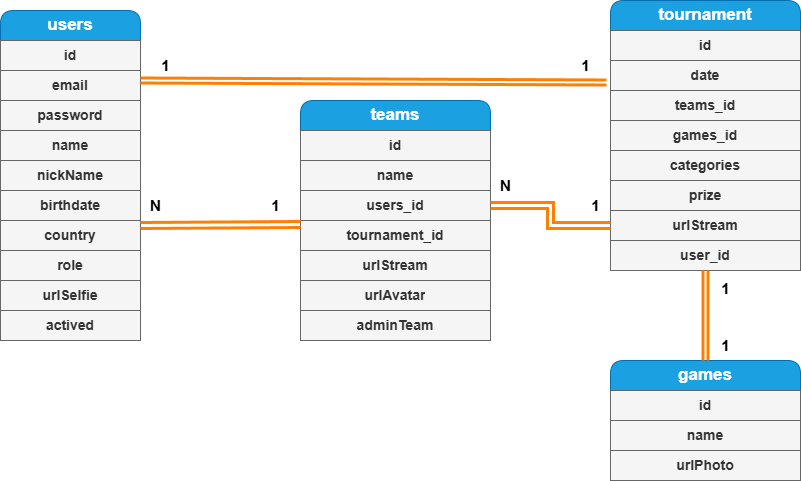
The draw.io diagram Diagrama Entidad Relaciones Game Stream Tournament.drawio.png in FabricioIrazoqui/DiagramaEntidad-GameStreamTorunament, before a commit. Source tidied: cells renumbered, new cells last; positions are measured from the earlier drawing's top-left corner, leaving out a move shared by most shapes.
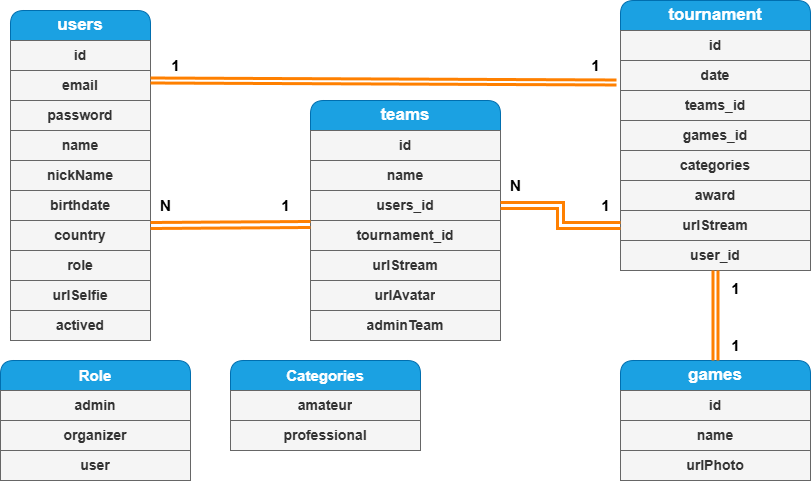
Above is the later version.

Diff of the diagram source:
```diff
@@ -53,7 +53,7 @@
     <mxCell id="18" value="categories" style="text;strokeColor=#666666;fillColor=#f5f5f5;align=center;verticalAlign=middle;spacingLeft=4;spacingRight=4;overflow=hidden;whiteSpace=wrap;html=1;fontColor=#333333;fontStyle=1;fontSize=14;" parent="13" vertex="1">
       <mxGeometry y="150" width="190" height="30" as="geometry" />
     </mxCell>
-    <mxCell id="19" value="prize" style="text;strokeColor=#666666;fillColor=#f5f5f5;align=center;verticalAlign=middle;spacingLeft=4;spacingRight=4;overflow=hidden;whiteSpace=wrap;html=1;fontColor=#333333;fontStyle=1;fontSize=14;" parent="13" vertex="1">
+    <mxCell id="19" value="award" style="text;strokeColor=#666666;fillColor=#f5f5f5;align=center;verticalAlign=middle;spacingLeft=4;spacingRight=4;overflow=hidden;whiteSpace=wrap;html=1;fontColor=#333333;fontStyle=1;fontSize=14;" parent="13" vertex="1">
       <mxGeometry y="180" width="190" height="30" as="geometry" />
     </mxCell>
     <mxCell id="20" value="urlStream" style="text;strokeColor=#666666;fillColor=#f5f5f5;align=center;verticalAlign=middle;spacingLeft=4;spacingRight=4;overflow=hidden;points=[[0,0.5],[1,0.5]];portConstraint=eastwest;whiteSpace=wrap;html=1;fontColor=#333333;fontStyle=1;fontSize=14;" parent="13" vertex="1">
@@ -138,5 +138,26 @@
     <mxCell id="45" value="&lt;font style=&quot;font-size: 15px;&quot;&gt;&lt;b&gt;1&lt;/b&gt;&lt;/font&gt;" style="text;html=1;align=center;verticalAlign=middle;strokeColor=none;fillColor=none;" parent="1" vertex="1">
       <mxGeometry x="580" y="190" width="30" height="30" as="geometry" />
     </mxCell>
+    <mxCell id="46" value="&lt;font style=&quot;font-size: 15px;&quot;&gt;&lt;b&gt;Role&lt;/b&gt;&lt;/font&gt;" style="swimlane;fontStyle=0;horizontal=1;startSize=30;whiteSpace=wrap;html=1;glass=0;rounded=1;shadow=0;swimlaneLine=1;fillColor=#1ba1e2;strokeColor=#006EAF;fontColor=#ffffff;" parent="1" vertex="1">
+      <mxGeometry x="-10" y="360" width="190" height="120" as="geometry" />
+    </mxCell>
+    <mxCell id="47" value="admin" style="text;strokeColor=#666666;fillColor=#f5f5f5;align=center;verticalAlign=middle;spacingLeft=4;spacingRight=4;overflow=hidden;whiteSpace=wrap;html=1;fontColor=#333333;fontStyle=1;fontSize=14;" parent="46" vertex="1">
+      <mxGeometry y="30" width="190" height="30" as="geometry" />
+    </mxCell>
+    <mxCell id="48" value="organizer" style="text;strokeColor=#666666;fillColor=#f5f5f5;align=center;verticalAlign=middle;spacingLeft=4;spacingRight=4;overflow=hidden;whiteSpace=wrap;html=1;fontColor=#333333;fontStyle=1;fontSize=14;" parent="46" vertex="1">
+      <mxGeometry y="60" width="190" height="30" as="geometry" />
+    </mxCell>
+    <mxCell id="49" value="user" style="text;strokeColor=#666666;fillColor=#f5f5f5;align=center;verticalAlign=middle;spacingLeft=4;spacingRight=4;overflow=hidden;whiteSpace=wrap;html=1;fontColor=#333333;fontStyle=1;fontSize=14;" parent="46" vertex="1">
+      <mxGeometry y="90" width="190" height="30" as="geometry" />
+    </mxCell>
+    <mxCell id="50" value="&lt;b&gt;&lt;font style=&quot;font-size: 15px;&quot;&gt;Categories&lt;/font&gt;&lt;/b&gt;" style="swimlane;fontStyle=0;horizontal=1;startSize=30;whiteSpace=wrap;html=1;glass=0;rounded=1;shadow=0;swimlaneLine=1;fillColor=#1ba1e2;strokeColor=#006EAF;fontColor=#ffffff;" parent="1" vertex="1">
+      <mxGeometry x="220" y="360" width="190" height="90" as="geometry" />
+    </mxCell>
+    <mxCell id="51" value="amateur" style="text;strokeColor=#666666;fillColor=#f5f5f5;align=center;verticalAlign=middle;spacingLeft=4;spacingRight=4;overflow=hidden;whiteSpace=wrap;html=1;fontColor=#333333;fontStyle=1;fontSize=14;" parent="50" vertex="1">
+      <mxGeometry y="30" width="190" height="30" as="geometry" />
+    </mxCell>
+    <mxCell id="52" value="professional" style="text;strokeColor=#666666;fillColor=#f5f5f5;align=center;verticalAlign=middle;spacingLeft=4;spacingRight=4;overflow=hidden;whiteSpace=wrap;html=1;fontColor=#333333;fontStyle=1;fontSize=14;" parent="50" vertex="1">
+      <mxGeometry y="60" width="190" height="30" as="geometry" />
+    </mxCell>
   </root>
 </mxGraphModel>
```
